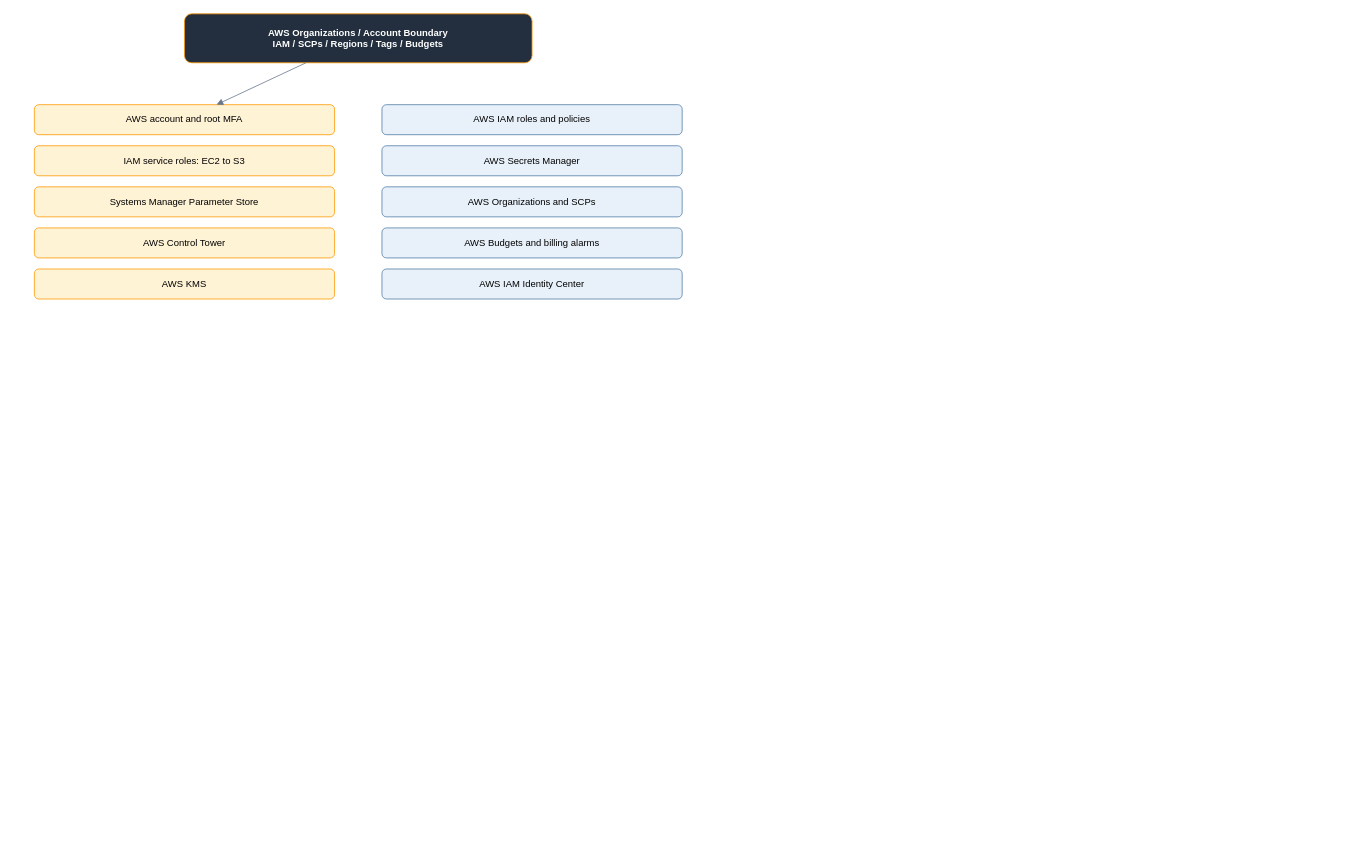
tripathies/aws-master-vault keeps this draw.io diagram as buckets/01-foundation-security/architecture.drawio. Above is the earlier version. Source tidied: cells renumbered, new cells numbered last; positions are measured from the earlier drawing's top-left corner, leaving out a move shared by most shapes. Both pictures are drawn from the tidied source at 79%, with x=0, y=0 at pixel (34, 13).
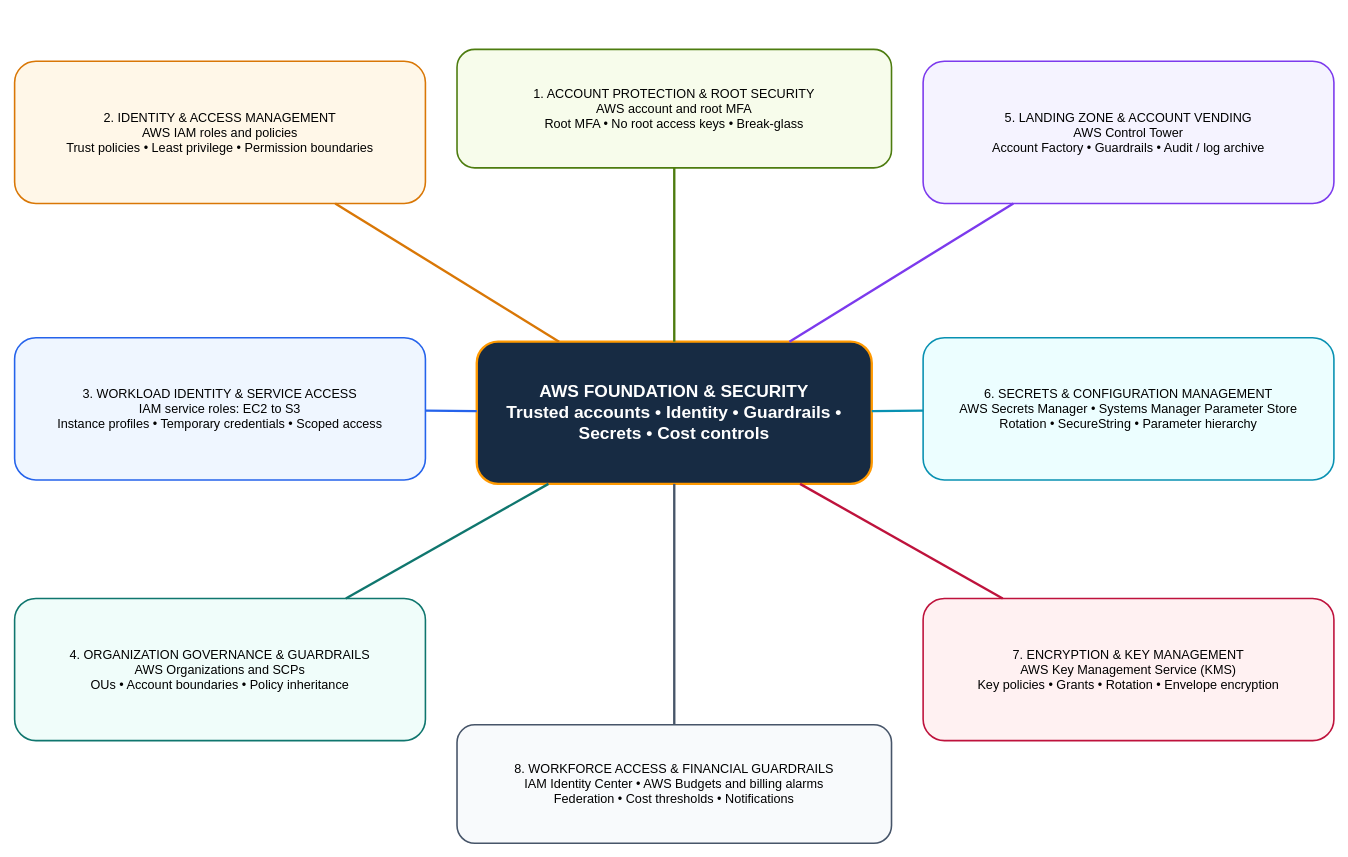
After the change.

Commit message:
Upgrade Bucket 1 editable draw.io mind map

Diff of the diagram source:
```diff
@@
 <mxGraphModel>
   <root>
     <mxCell id="0" />
     <mxCell id="1" parent="0" />
-    <mxCell id="2" value="AWS Organizations / Account Boundary&#10;IAM / SCPs / Regions / Tags / Budgets" style="rounded=1;whiteSpace=wrap;html=1;fillColor=#232F3E;fontColor=#FFFFFF;strokeColor=#FF9900;fontStyle=1;" parent="1" vertex="1">
-      <mxGeometry x="190" width="440" height="62" as="geometry" />
-    </mxCell>
-    <mxCell id="3" value="AWS account and root MFA" style="rounded=1;whiteSpace=wrap;html=1;fillColor=#FFF3D6;strokeColor=#FF9900;" parent="1" vertex="1">
-      <mxGeometry y="115" width="380" height="38" as="geometry" />
-    </mxCell>
-    <mxCell id="4" value="AWS IAM roles and policies" style="rounded=1;whiteSpace=wrap;html=1;fillColor=#E8F1FA;strokeColor=#527DA5;" parent="1" vertex="1">
-      <mxGeometry x="440" y="115" width="380" height="38" as="geometry" />
-    </mxCell>
-    <mxCell id="5" value="IAM service roles: EC2 to S3" style="rounded=1;whiteSpace=wrap;html=1;fillColor=#FFF3D6;strokeColor=#FF9900;" parent="1" vertex="1">
-      <mxGeometry y="167" width="380" height="38" as="geometry" />
-    </mxCell>
-    <mxCell id="6" value="AWS Secrets Manager" style="rounded=1;whiteSpace=wrap;html=1;fillColor=#E8F1FA;strokeColor=#527DA5;" parent="1" vertex="1">
-      <mxGeometry x="440" y="167" width="380" height="38" as="geometry" />
-    </mxCell>
-    <mxCell id="7" value="Systems Manager Parameter Store" style="rounded=1;whiteSpace=wrap;html=1;fillColor=#FFF3D6;strokeColor=#FF9900;" parent="1" vertex="1">
-      <mxGeometry y="219" width="380" height="38" as="geometry" />
-    </mxCell>
-    <mxCell id="8" value="AWS Organizations and SCPs" style="rounded=1;whiteSpace=wrap;html=1;fillColor=#E8F1FA;strokeColor=#527DA5;" parent="1" vertex="1">
-      <mxGeometry x="440" y="219" width="380" height="38" as="geometry" />
-    </mxCell>
-    <mxCell id="9" value="AWS Control Tower" style="rounded=1;whiteSpace=wrap;html=1;fillColor=#FFF3D6;strokeColor=#FF9900;" parent="1" vertex="1">
-      <mxGeometry y="271" width="380" height="38" as="geometry" />
-    </mxCell>
-    <mxCell id="10" value="AWS Budgets and billing alarms" style="rounded=1;whiteSpace=wrap;html=1;fillColor=#E8F1FA;strokeColor=#527DA5;" parent="1" vertex="1">
-      <mxGeometry x="440" y="271" width="380" height="38" as="geometry" />
-    </mxCell>
-    <mxCell id="11" value="AWS KMS" style="rounded=1;whiteSpace=wrap;html=1;fillColor=#FFF3D6;strokeColor=#FF9900;" parent="1" vertex="1">
-      <mxGeometry y="323" width="380" height="38" as="geometry" />
-    </mxCell>
-    <mxCell id="12" value="AWS IAM Identity Center" style="rounded=1;whiteSpace=wrap;html=1;fillColor=#E8F1FA;strokeColor=#527DA5;" parent="1" vertex="1">
-      <mxGeometry x="440" y="323" width="380" height="38" as="geometry" />
-    </mxCell>
-    <mxCell id="13" style="endArrow=block;html=1;strokeColor=#68778d;" parent="1" edge="1" source="2" target="3">
-      <mxGeometry relative="1" as="geometry" />
-    </mxCell>
+    <mxCell id="14" value="AWS FOUNDATION &amp; SECURITY&#10;Trusted accounts • Identity • Guardrails • Secrets • Cost controls" style="rounded=1;whiteSpace=wrap;html=1;fillColor=#172B43;fontColor=#FFFFFF;strokeColor=#FF9900;strokeWidth=3;fontStyle=1;fontSize=22;" parent="1" vertex="1">
+      <mxGeometry x="560" y="415" width="500" height="180" as="geometry" />
+    </mxCell>
+    <mxCell id="15" value="1. ACCOUNT PROTECTION &amp; ROOT SECURITY&#10;AWS account and root MFA&#10;Root MFA • No root access keys • Break-glass" style="rounded=1;whiteSpace=wrap;html=1;fillColor=#F7FCEB;strokeColor=#4D7C0F;strokeWidth=2;fontSize=16;" parent="1" vertex="1">
+      <mxGeometry x="535" y="45" width="550" height="150" as="geometry" />
+    </mxCell>
+    <mxCell id="16" value="2. IDENTITY &amp; ACCESS MANAGEMENT&#10;AWS IAM roles and policies&#10;Trust policies • Least privilege • Permission boundaries" style="rounded=1;whiteSpace=wrap;html=1;fillColor=#FFF7E8;strokeColor=#D97706;strokeWidth=2;fontSize=16;" parent="1" vertex="1">
+      <mxGeometry x="-25" y="60" width="520" height="180" as="geometry" />
+    </mxCell>
+    <mxCell id="17" value="3. WORKLOAD IDENTITY &amp; SERVICE ACCESS&#10;IAM service roles: EC2 to S3&#10;Instance profiles • Temporary credentials • Scoped access" style="rounded=1;whiteSpace=wrap;html=1;fillColor=#EFF6FF;strokeColor=#2563EB;strokeWidth=2;fontSize=16;" parent="1" vertex="1">
+      <mxGeometry x="-25" y="410" width="520" height="180" as="geometry" />
+    </mxCell>
+    <mxCell id="18" value="4. ORGANIZATION GOVERNANCE &amp; GUARDRAILS&#10;AWS Organizations and SCPs&#10;OUs • Account boundaries • Policy inheritance" style="rounded=1;whiteSpace=wrap;html=1;fillColor=#F0FDFA;strokeColor=#0F766E;strokeWidth=2;fontSize=16;" parent="1" vertex="1">
+      <mxGeometry x="-25" y="740" width="520" height="180" as="geometry" />
+    </mxCell>
+    <mxCell id="19" value="5. LANDING ZONE &amp; ACCOUNT VENDING&#10;AWS Control Tower&#10;Account Factory • Guardrails • Audit / log archive" style="rounded=1;whiteSpace=wrap;html=1;fillColor=#F5F3FF;strokeColor=#7C3AED;strokeWidth=2;fontSize=16;" parent="1" vertex="1">
+      <mxGeometry x="1125" y="60" width="520" height="180" as="geometry" />
+    </mxCell>
+    <mxCell id="20" value="6. SECRETS &amp; CONFIGURATION MANAGEMENT&#10;AWS Secrets Manager • Systems Manager Parameter Store&#10;Rotation • SecureString • Parameter hierarchy" style="rounded=1;whiteSpace=wrap;html=1;fillColor=#ECFEFF;strokeColor=#0891B2;strokeWidth=2;fontSize=16;" parent="1" vertex="1">
+      <mxGeometry x="1125" y="410" width="520" height="180" as="geometry" />
+    </mxCell>
+    <mxCell id="21" value="7. ENCRYPTION &amp; KEY MANAGEMENT&#10;AWS Key Management Service (KMS)&#10;Key policies • Grants • Rotation • Envelope encryption" style="rounded=1;whiteSpace=wrap;html=1;fillColor=#FFF1F2;strokeColor=#BE123C;strokeWidth=2;fontSize=16;" parent="1" vertex="1">
+      <mxGeometry x="1125" y="740" width="520" height="180" as="geometry" />
+    </mxCell>
+    <mxCell id="22" value="8. WORKFORCE ACCESS &amp; FINANCIAL GUARDRAILS&#10;IAM Identity Center • AWS Budgets and billing alarms&#10;Federation • Cost thresholds • Notifications" style="rounded=1;whiteSpace=wrap;html=1;fillColor=#F8FAFC;strokeColor=#475569;strokeWidth=2;fontSize=16;" parent="1" vertex="1">
+      <mxGeometry x="535" y="900" width="550" height="150" as="geometry" />
+    </mxCell>
+    <mxCell id="23" style="endArrow=none;html=1;strokeColor=#4D7C0F;strokeWidth=3;" parent="1" edge="1" source="14" target="15">
+      <mxGeometry relative="1" as="geometry" />
+    </mxCell>
+    <mxCell id="24" style="endArrow=none;html=1;strokeColor=#D97706;strokeWidth=3;" parent="1" edge="1" source="14" target="16">
+      <mxGeometry relative="1" as="geometry" />
+    </mxCell>
+    <mxCell id="25" style="endArrow=none;html=1;strokeColor=#2563EB;strokeWidth=3;" parent="1" edge="1" source="14" target="17">
+      <mxGeometry relative="1" as="geometry" />
+    </mxCell>
+    <mxCell id="26" style="endArrow=none;html=1;strokeColor=#0F766E;strokeWidth=3;" parent="1" edge="1" source="14" target="18">
+      <mxGeometry relative="1" as="geometry" />
+    </mxCell>
+    <mxCell id="27" style="endArrow=none;html=1;strokeColor=#7C3AED;strokeWidth=3;" parent="1" edge="1" source="14" target="19">
+      <mxGeometry relative="1" as="geometry" />
+    </mxCell>
+    <mxCell id="28" style="endArrow=none;html=1;strokeColor=#0891B2;strokeWidth=3;" parent="1" edge="1" source="14" target="20">
+      <mxGeometry relative="1" as="geometry" />
+    </mxCell>
+    <mxCell id="29" style="endArrow=none;html=1;strokeColor=#BE123C;strokeWidth=3;" parent="1" edge="1" source="14" target="21">
+      <mxGeometry relative="1" as="geometry" />
+    </mxCell>
+    <mxCell id="30" style="endArrow=none;html=1;strokeColor=#475569;strokeWidth=3;" parent="1" edge="1" source="14" target="22">
+      <mxGeometry relative="1" as="geometry" />
+    </mxCell>
   </root>
 </mxGraphModel>
```
